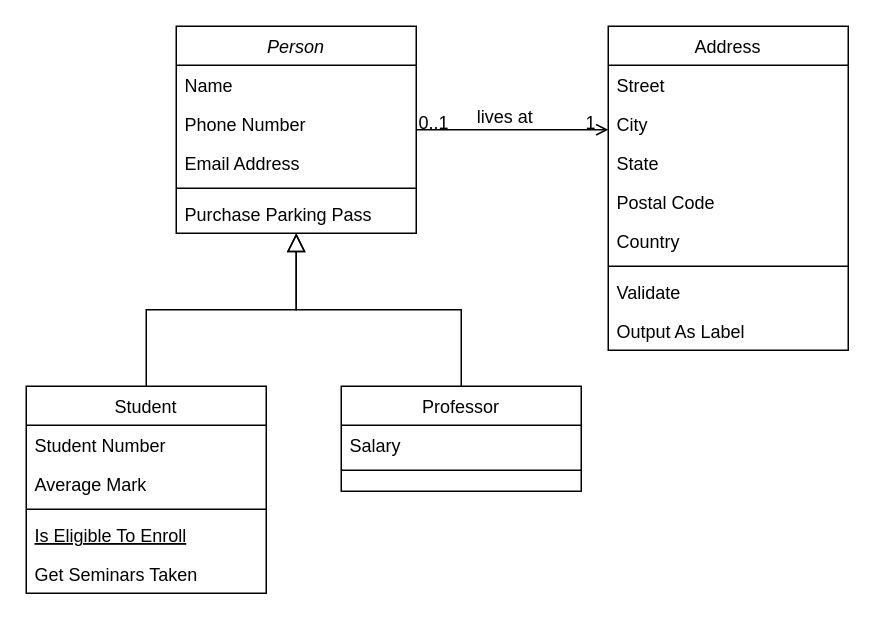
Earlier version of the draw.io diagram MasterEducation/ComputerSoftwareEngineering/Неозаглавена диаграма.drawio (Bzahov98/TU-University-Tasks). Source tidied: cells renumbered, new cells numbered last; positions are measured from the earlier drawing's top-left corner, leaving out a move shared by most shapes. Both pictures are drawn from the tidied source at 150%, with x=0, y=0 at pixel (26, 26).
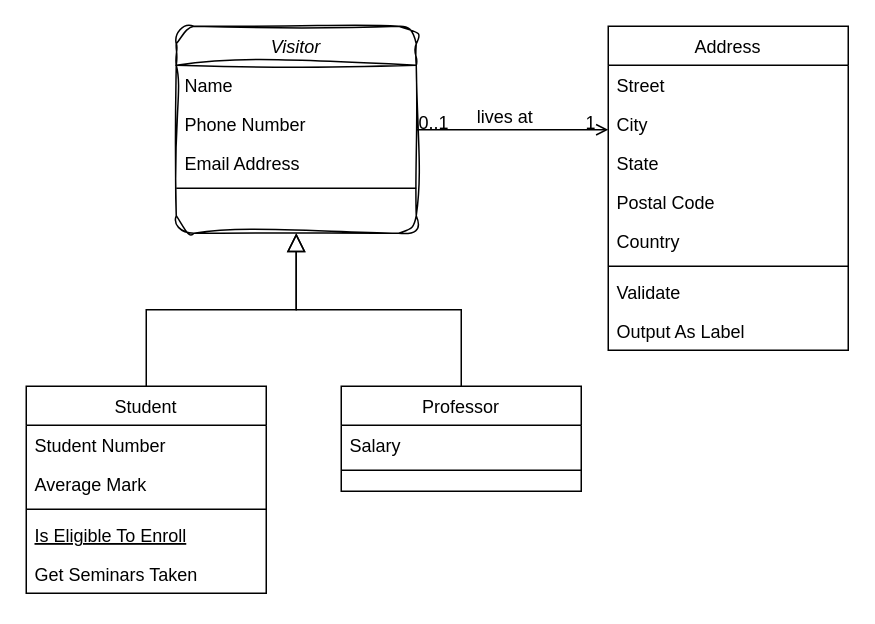
The same page after the edit.

Commit message:
bz_uml_class_diagram

The edit, as a diff of the source:
```diff
@@
-    <mxCell id="2" value="Person" style="swimlane;fontStyle=2;align=center;verticalAlign=top;horizontal=1;startSize=26;rounded=0;shadow=0;strokeWidth=1;" parent="1" vertex="1">
+    <mxCell id="2" value="Visitor&#10;" style="swimlane;fontStyle=2;align=center;verticalAlign=top;horizontal=1;startSize=26;rounded=1;shadow=0;strokeWidth=1;sketch=1;curveFitting=1;jiggle=2;glass=0;swimlaneFillColor=none;" parent="1" vertex="1">
       <mxGeometry x="100" width="160" height="138" as="geometry" />
     </mxCell>
@@
-    <mxCell id="7" value="Purchase Parking Pass" style="text;align=left;verticalAlign=top;spacingLeft=4;spacingRight=4;overflow=hidden;" parent="2" vertex="1">
-      <mxGeometry y="112" width="160" height="26" as="geometry" />
-    </mxCell>
```
